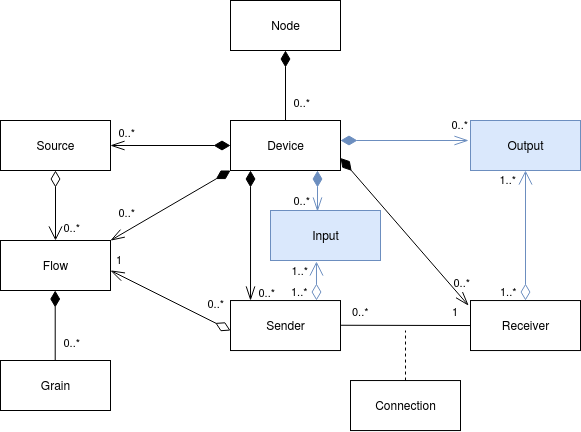
Above: docs/images/is-11-data-model.png in AMWA-TV/is-11 (draw.io), before the change. Source tidied: cells renumbered, new cells last; positions are measured from the earlier drawing's top-left corner, leaving out a move shared by most shapes.
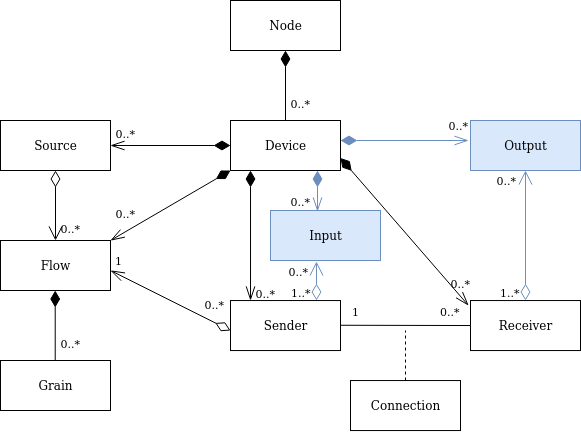
After the change.

Commit message:
Data Model: Allow Senders/Receivers without Inputs/Outputs, fix relationship between Sender and Receivers

Change to the diagram source:
```diff
@@ -47,14 +47,14 @@
         <mxPoint x="340" y="324.8" as="sourcePoint" />
       </mxGeometry>
     </mxCell>
-    <mxCell id="14" value="0..*" style="edgeLabel;html=1;align=left;verticalAlign=bottom;labelBackgroundColor=none;" parent="13" vertex="1">
+    <mxCell id="14" value="1" style="edgeLabel;html=1;align=left;verticalAlign=bottom;labelBackgroundColor=none;" parent="13" vertex="1">
       <mxGeometry x="-1" relative="1" as="geometry">
         <mxPoint x="10" y="-5" as="offset" />
       </mxGeometry>
     </mxCell>
-    <mxCell id="15" value="1" style="edgeLabel;html=1;align=left;verticalAlign=bottom;labelBackgroundColor=none;" parent="13" vertex="1">
+    <mxCell id="15" value="&lt;div&gt;0..*&lt;/div&gt;" style="edgeLabel;html=1;align=left;verticalAlign=bottom;labelBackgroundColor=none;" parent="13" vertex="1">
       <mxGeometry x="-1" relative="1" as="geometry">
-        <mxPoint x="110" y="-5" as="offset" />
+        <mxPoint x="98" y="-5" as="offset" />
       </mxGeometry>
     </mxCell>
     <mxCell id="16" value="Connection" style="html=1;labelBackgroundColor=none;" parent="1" vertex="1">
@@ -130,7 +130,7 @@
         <mxPoint x="-27" y="-21" as="offset" />
       </mxGeometry>
     </mxCell>
-    <mxCell id="33" value="1..*" style="edgeLabel;html=1;align=right;verticalAlign=top;labelBackgroundColor=none;" parent="31" vertex="1">
+    <mxCell id="33" value="&lt;div&gt;0..*&lt;/div&gt;" style="edgeLabel;html=1;align=right;verticalAlign=top;labelBackgroundColor=none;" parent="31" vertex="1">
       <mxGeometry x="1" relative="1" as="geometry">
         <mxPoint x="-9" y="-3" as="offset" />
       </mxGeometry>
@@ -173,7 +173,7 @@
         <mxPoint x="-27" y="-21" as="offset" />
       </mxGeometry>
     </mxCell>
-    <mxCell id="42" value="&lt;div&gt;1..*&lt;/div&gt;" style="edgeLabel;html=1;align=right;verticalAlign=top;labelBackgroundColor=none;" parent="40" vertex="1">
+    <mxCell id="42" value="&lt;div&gt;0..*&lt;/div&gt;" style="edgeLabel;html=1;align=right;verticalAlign=top;labelBackgroundColor=none;" parent="40" vertex="1">
       <mxGeometry x="1" relative="1" as="geometry">
         <mxPoint x="-8" y="-3" as="offset" />
       </mxGeometry>
```
